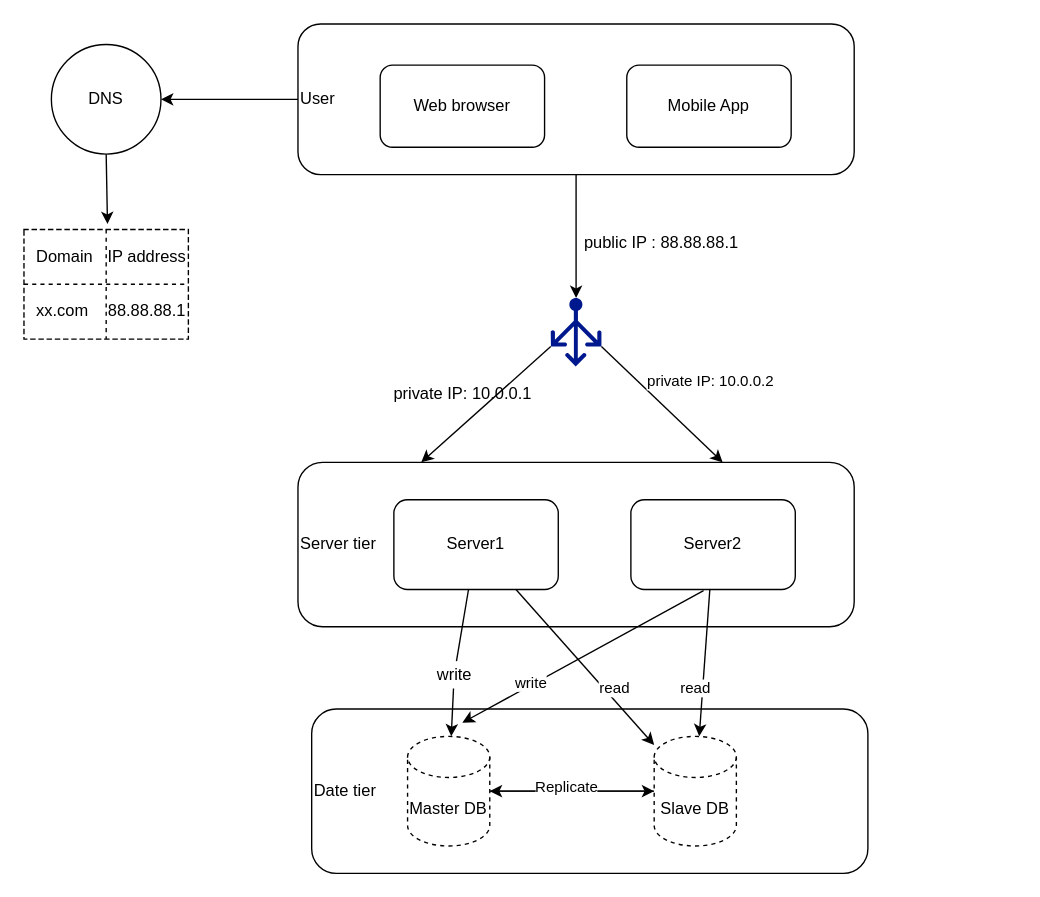
This is systemdesign/systemdesign.drawio from Daisy-ding/drowiofiles, a draw.io file, before an edit. Source tidied: cells renumbered, new cells numbered last; positions are measured from the earlier drawing's top-left corner, leaving out a move shared by most shapes. Both pictures are drawn from the tidied source at 137%, with x=0, y=0 at pixel (23, 23).
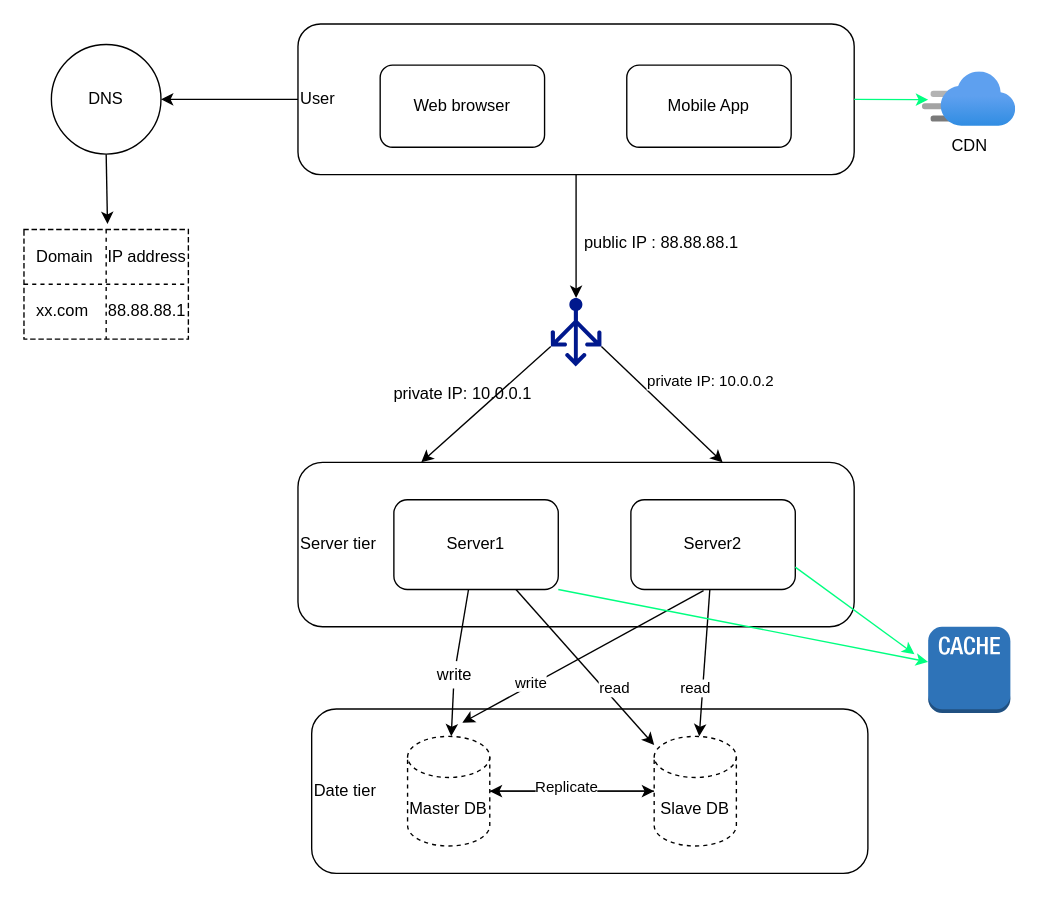
Above is the later version.

Unchanged cells that the change refers to:
```xml
<mxCell id="11" value="Server1" style="rounded=1;whiteSpace=wrap;html=1;" parent="9" vertex="1">
  <mxGeometry x="70" y="27.3" width="120" height="65.5" as="geometry" />
</mxCell>
<mxCell id="12" value="Server2" style="rounded=1;whiteSpace=wrap;html=1;" parent="9" vertex="1">
  <mxGeometry x="243" y="27.3" width="120" height="65.5" as="geometry" />
</mxCell>
<mxCell id="14" value="User" style="rounded=1;whiteSpace=wrap;html=1;align=left;" parent="13" vertex="1">
  <mxGeometry width="406" height="110" as="geometry" />
</mxCell>
```

What changed in the source:
```diff
@@
+    <mxCell id="43" style="outlineConnect=0;dashed=0;verticalLabelPosition=bottom;verticalAlign=top;align=center;html=1;shape=mxgraph.aws3.cache_node;fillColor=#2E73B8;gradientColor=none;rounded=0;" parent="1" vertex="1">
+      <mxGeometry x="660" y="440" width="60" height="63" as="geometry" />
+    </mxCell>
+    <mxCell id="44" style="edgeStyle=none;rounded=0;jettySize=auto;html=1;exitX=1;exitY=1;exitDx=0;exitDy=0;strokeColor=#00FF80;" parent="1" edge="1" source="11" target="43">
+      <mxGeometry relative="1" as="geometry" />
+    </mxCell>
+    <mxCell id="45" style="edgeStyle=none;rounded=0;jettySize=auto;html=1;exitX=1;exitY=0.75;exitDx=0;exitDy=0;strokeColor=#00FF80;" parent="1" edge="1" source="12">
+      <mxGeometry relative="1" as="geometry">
+        <mxPoint x="650" y="460" as="targetPoint" />
+      </mxGeometry>
+    </mxCell>
+    <mxCell id="46" value="CDN" style="html=1;points=[];align=center;image;fontSize=12;image=img/lib/azure2/networking/CDN_Profiles.svg;rounded=0;dashed=1;" parent="1" vertex="1">
+      <mxGeometry x="656" y="35" width="68" height="40" as="geometry" />
+    </mxCell>
+    <mxCell id="47" style="edgeStyle=none;rounded=0;jettySize=auto;html=1;exitX=1;exitY=0.5;exitDx=0;exitDy=0;entryX=0.059;entryY=0.506;entryDx=0;entryDy=0;entryPerimeter=0;strokeColor=#00FF80;" parent="1" edge="1" source="14" target="46">
+      <mxGeometry relative="1" as="geometry" />
+    </mxCell>
```
